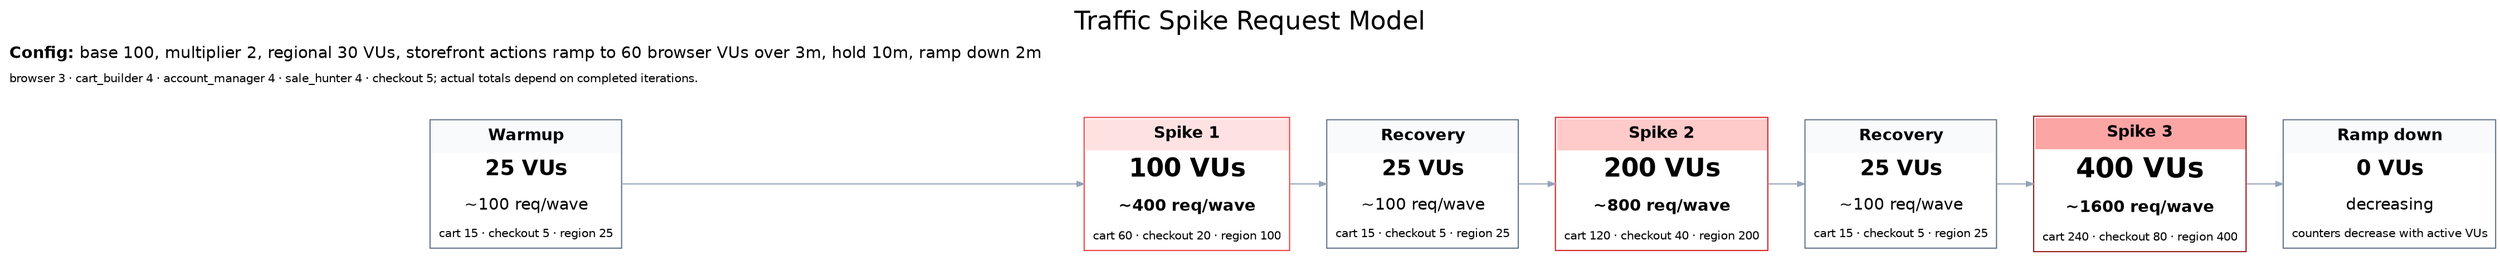
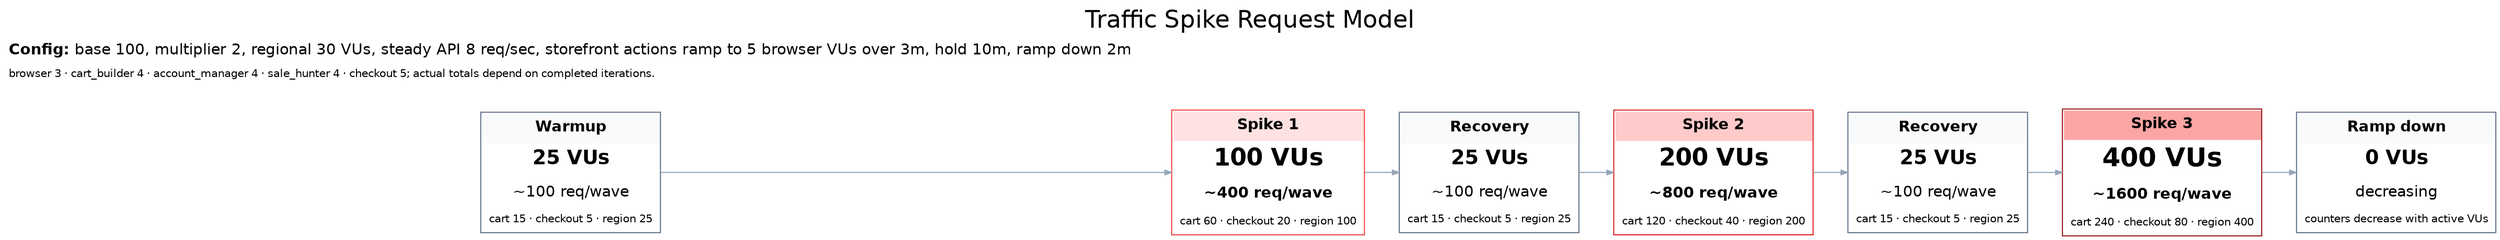
digraph traffic_spike_request_cards {
  graph [rankdir=LR, labelloc=t, label="Traffic Spike Request Model", fontsize=22, fontname="Helvetica", nodesep=0.35, ranksep=0.45, splines=ortho];
  node [shape=plain, fontname="Helvetica"];
  edge [color="#94a3b8", arrowsize=0.6];

  warmup [label=<
    <TABLE BORDER="1" CELLBORDER="0" CELLSPACING="0" CELLPADDING="6" COLOR="#64748b"><TR><TD BGCOLOR="#f8fafc"><B>Warmup</B></TD></TR><TR><TD><FONT POINT-SIZE="18"><B>25 VUs</B></FONT></TD></TR><TR><TD>~100 req/wave</TD></TR><TR><TD><FONT POINT-SIZE="10">cart 15 · checkout 5 · region 25</FONT></TD></TR></TABLE>
  >];
  spike1 [label=<
    <TABLE BORDER="1" CELLBORDER="0" CELLSPACING="0" CELLPADDING="6" COLOR="#ef4444"><TR><TD BGCOLOR="#fee2e2"><B>Spike 1</B></TD></TR><TR><TD><FONT POINT-SIZE="22"><B>100 VUs</B></FONT></TD></TR><TR><TD><B>~400 req/wave</B></TD></TR><TR><TD><FONT POINT-SIZE="10">cart 60 · checkout 20 · region 100</FONT></TD></TR></TABLE>
  >];
  recovery1 [label=<
    <TABLE BORDER="1" CELLBORDER="0" CELLSPACING="0" CELLPADDING="6" COLOR="#64748b"><TR><TD BGCOLOR="#f8fafc"><B>Recovery</B></TD></TR><TR><TD><FONT POINT-SIZE="18"><B>25 VUs</B></FONT></TD></TR><TR><TD>~100 req/wave</TD></TR><TR><TD><FONT POINT-SIZE="10">cart 15 · checkout 5 · region 25</FONT></TD></TR></TABLE>
  >];
  spike2 [label=<
    <TABLE BORDER="1" CELLBORDER="0" CELLSPACING="0" CELLPADDING="6" COLOR="#dc2626"><TR><TD BGCOLOR="#fecaca"><B>Spike 2</B></TD></TR><TR><TD><FONT POINT-SIZE="22"><B>200 VUs</B></FONT></TD></TR><TR><TD><B>~800 req/wave</B></TD></TR><TR><TD><FONT POINT-SIZE="10">cart 120 · checkout 40 · region 200</FONT></TD></TR></TABLE>
  >];
  recovery2 [label=<
    <TABLE BORDER="1" CELLBORDER="0" CELLSPACING="0" CELLPADDING="6" COLOR="#64748b"><TR><TD BGCOLOR="#f8fafc"><B>Recovery</B></TD></TR><TR><TD><FONT POINT-SIZE="18"><B>25 VUs</B></FONT></TD></TR><TR><TD>~100 req/wave</TD></TR><TR><TD><FONT POINT-SIZE="10">cart 15 · checkout 5 · region 25</FONT></TD></TR></TABLE>
  >];
  spike3 [label=<
    <TABLE BORDER="1" CELLBORDER="0" CELLSPACING="0" CELLPADDING="6" COLOR="#991b1b"><TR><TD BGCOLOR="#fca5a5"><B>Spike 3</B></TD></TR><TR><TD><FONT POINT-SIZE="24"><B>400 VUs</B></FONT></TD></TR><TR><TD><B>~1600 req/wave</B></TD></TR><TR><TD><FONT POINT-SIZE="10">cart 240 · checkout 80 · region 400</FONT></TD></TR></TABLE>
  >];
  rampdown [label=<
    <TABLE BORDER="1" CELLBORDER="0" CELLSPACING="0" CELLPADDING="6" COLOR="#64748b"><TR><TD BGCOLOR="#f8fafc"><B>Ramp down</B></TD></TR><TR><TD><FONT POINT-SIZE="18"><B>0 VUs</B></FONT></TD></TR><TR><TD>decreasing</TD></TR><TR><TD><FONT POINT-SIZE="10">counters decrease with active VUs</FONT></TD></TR></TABLE>
  >];
  legend [label=<
-     <TABLE BORDER="0" CELLBORDER="0" CELLSPACING="0" CELLPADDING="4"><TR><TD ALIGN="LEFT"><B>Config:</B> base 100, multiplier 2, regional 30 VUs, storefront actions ramp to 60 browser VUs over 3m, hold 10m, ramp down 2m</TD></TR><TR><TD ALIGN="LEFT"><FONT POINT-SIZE="10">browser 3 · cart_builder 4 · account_manager 4 · sale_hunter 4 · checkout 5; actual totals depend on completed iterations.</FONT></TD></TR></TABLE>
+     <TABLE BORDER="0" CELLBORDER="0" CELLSPACING="0" CELLPADDING="4"><TR><TD ALIGN="LEFT"><B>Config:</B> base 100, multiplier 2, regional 30 VUs, steady API 8 req/sec, storefront actions ramp to 5 browser VUs over 3m, hold 10m, ramp down 2m</TD></TR><TR><TD ALIGN="LEFT"><FONT POINT-SIZE="10">browser 3 · cart_builder 4 · account_manager 4 · sale_hunter 4 · checkout 5; actual totals depend on completed iterations.</FONT></TD></TR></TABLE>
  >];

  warmup -> spike1 -> recovery1 -> spike2 -> recovery2 -> spike3 -> rampdown;
  { rank=same; legend }
}

